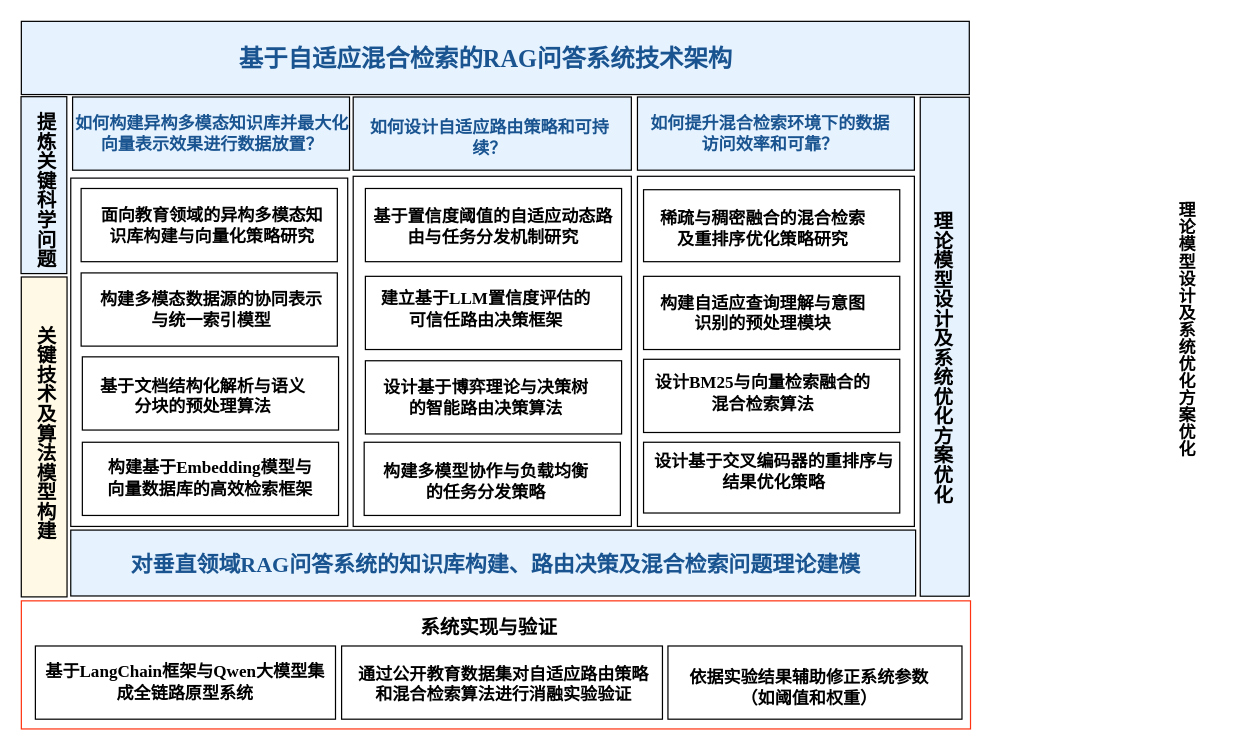
Earlier version of the draw.io diagram 项目总体方案和技术路线图.drawio (zhuwei290/HTML-). Source tidied: cells renumbered, new cells numbered last; positions are measured from the earlier drawing's top-left corner, leaving out a move shared by most shapes. Both pictures are drawn from the tidied source at 122%, with x=0, y=0 at pixel (-116, 21).
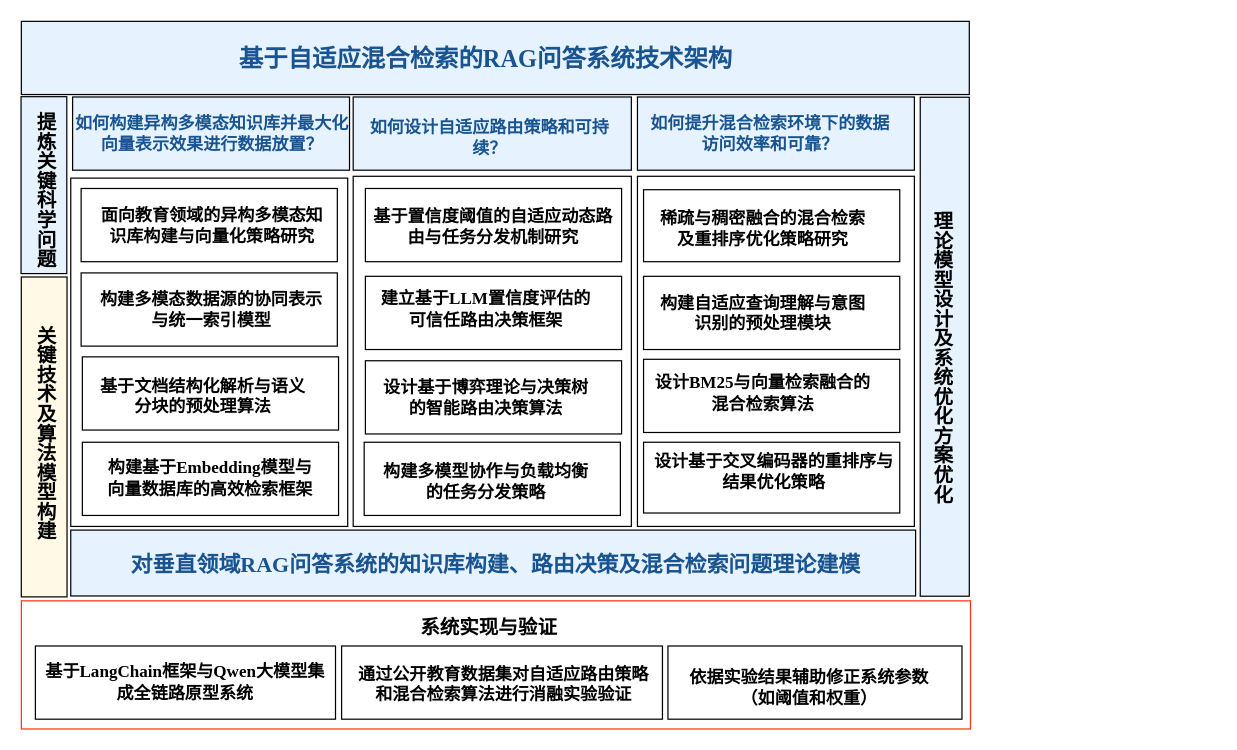
After the change.

Commit message (it also covers changes not shown here):
更新项目总体方案和技术路线图.drawio

Diff of the diagram source:
```diff
@@
-    <mxCell id="32" value="&lt;font face=&quot;宋体&quot;&gt;&lt;span style=&quot;font-size: 14px;&quot;&gt;&lt;b&gt;理论模型设计及系统优化方案优化&lt;/b&gt;&lt;/span&gt;&lt;/font&gt;" style="text;html=1;whiteSpace=wrap;strokeColor=none;fillColor=none;align=center;verticalAlign=middle;rounded=0;rotation=0;textDirection=vertical-rl;" parent="1" vertex="1">
-      <mxGeometry x="1040" y="45" width="51" height="416" as="geometry" />
-    </mxCell>
```
